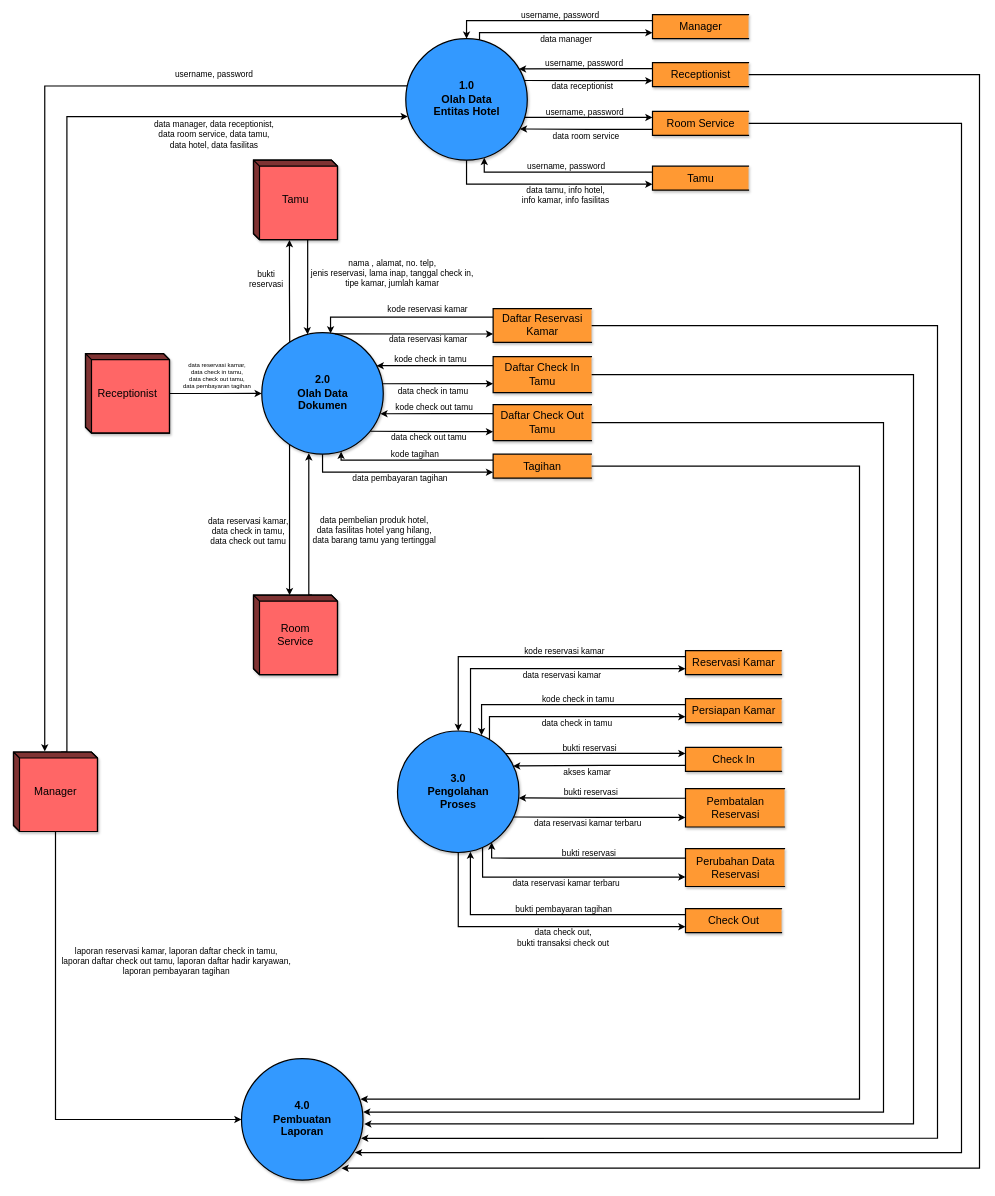
Above: page "DFD LVL 1" (3 of 3) of Sistem Pemesanan Kamar Hotel - Data Flow Diagram.drawio in trueazp/System-Design-Analysis (draw.io), before the change. Source tidied: cells renumbered, new cells numbered last; positions are measured from the earlier drawing's top-left corner, leaving out a move shared by most shapes. Both pictures are drawn from the tidied source at 60%, with x=0, y=0 at pixel (13, 14).
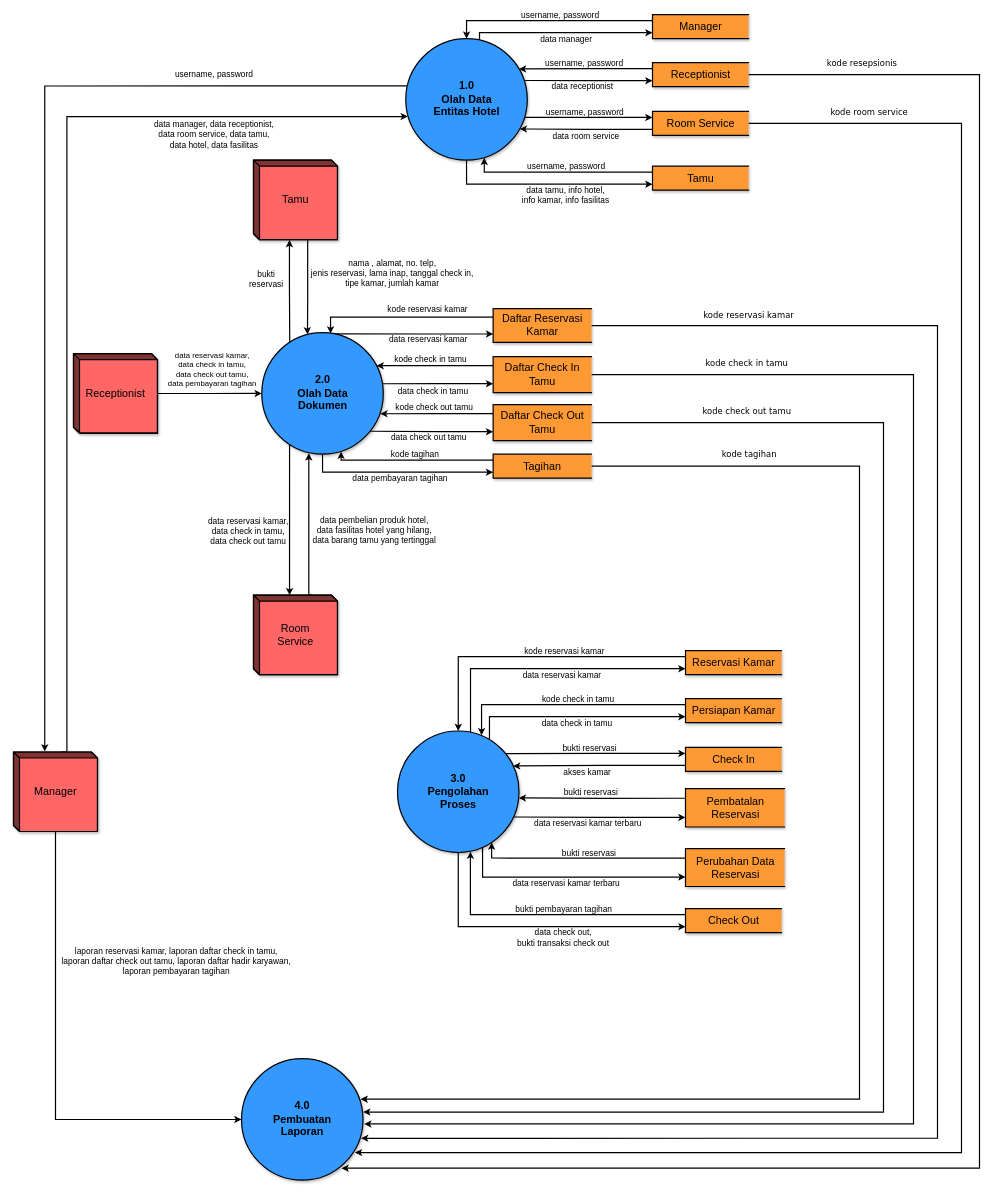
After the change.

The change refers to these unchanged cells:
```xml
<mxCell id="27" style="edgeStyle=orthogonalEdgeStyle;rounded=0;jettySize=auto;html=1;entryX=0.823;entryY=0.901;entryDx=0;entryDy=0;fontFamily=Helvetica;fontSize=10;startArrow=none;startFill=0;endArrow=classic;endFill=1;strokeWidth=2;exitX=1;exitY=0.5;exitDx=0;exitDy=0;entryPerimeter=0;" parent="1" edge="1" source="28" target="12">
  <mxGeometry relative="1" as="geometry">
    <Array as="points">
      <mxPoint x="1610" y="100" />
      <mxPoint x="1610" y="1922" />
    </Array>
  </mxGeometry>
</mxCell>
<mxCell id="33" style="edgeStyle=orthogonalEdgeStyle;rounded=0;jettySize=auto;html=1;entryX=0.933;entryY=0.773;entryDx=0;entryDy=0;fontFamily=Helvetica;fontSize=10;startArrow=none;startFill=0;endArrow=classic;endFill=1;strokeWidth=2;exitX=1;exitY=0.5;exitDx=0;exitDy=0;entryPerimeter=0;" parent="1" edge="1" source="34" target="12">
  <mxGeometry relative="1" as="geometry">
    <Array as="points">
      <mxPoint x="1580" y="181" />
      <mxPoint x="1580" y="1896" />
    </Array>
  </mxGeometry>
</mxCell>
<mxCell id="37" style="edgeStyle=orthogonalEdgeStyle;rounded=0;jettySize=auto;html=1;entryX=0.98;entryY=0.333;entryDx=0;entryDy=0;fontFamily=Helvetica;fontSize=10;startArrow=none;startFill=0;endArrow=classic;endFill=1;strokeWidth=2;exitX=1;exitY=0.5;exitDx=0;exitDy=0;entryPerimeter=0;" parent="1" edge="1" source="38" target="12">
  <mxGeometry relative="1" as="geometry">
    <Array as="points">
      <mxPoint x="1410" y="752" />
      <mxPoint x="1410" y="1807" />
    </Array>
  </mxGeometry>
</mxCell>
<mxCell id="43" style="edgeStyle=orthogonalEdgeStyle;rounded=0;jettySize=auto;html=1;entryX=0.984;entryY=0.655;entryDx=0;entryDy=0;fontFamily=Helvetica;fontSize=10;startArrow=none;startFill=0;endArrow=classic;endFill=1;strokeWidth=2;exitX=1;exitY=0.5;exitDx=0;exitDy=0;entryPerimeter=0;" parent="1" edge="1" source="44" target="12">
  <mxGeometry relative="1" as="geometry">
    <Array as="points">
      <mxPoint x="1540" y="518" />
      <mxPoint x="1540" y="1873" />
    </Array>
  </mxGeometry>
</mxCell>
<mxCell id="49" style="edgeStyle=orthogonalEdgeStyle;rounded=0;jettySize=auto;html=1;entryX=1.01;entryY=0.537;entryDx=0;entryDy=0;fontFamily=Helvetica;fontSize=10;startArrow=none;startFill=0;endArrow=classic;endFill=1;strokeWidth=2;exitX=1;exitY=0.5;exitDx=0;exitDy=0;entryPerimeter=0;" parent="1" edge="1" source="50" target="12">
  <mxGeometry relative="1" as="geometry">
    <Array as="points">
      <mxPoint x="1500" y="600" />
      <mxPoint x="1500" y="1849" />
    </Array>
  </mxGeometry>
</mxCell>
<mxCell id="55" style="edgeStyle=orthogonalEdgeStyle;rounded=0;jettySize=auto;html=1;entryX=1.001;entryY=0.439;entryDx=0;entryDy=0;entryPerimeter=0;fontFamily=Helvetica;fontSize=10;startArrow=none;startFill=0;endArrow=classic;endFill=1;strokeWidth=2;exitX=1;exitY=0.5;exitDx=0;exitDy=0;" parent="1" edge="1" source="56" target="12">
  <mxGeometry relative="1" as="geometry">
    <Array as="points">
      <mxPoint x="1450" y="680" />
      <mxPoint x="1450" y="1829" />
    </Array>
  </mxGeometry>
</mxCell>
<mxCell id="62" style="edgeStyle=orthogonalEdgeStyle;rounded=0;jettySize=auto;html=1;entryX=0;entryY=0.5;entryDx=0;entryDy=0;fontFamily=Helvetica;fontSize=10;startArrow=none;startFill=0;endArrow=classic;endFill=1;strokeWidth=2;" parent="1" edge="1" source="64" target="9">
  <mxGeometry relative="1" as="geometry" />
</mxCell>
```

Diff of the diagram source:
```diff
@@
+    <mxCell id="102" value="kode resepsionis" style="edgeLabel;html=1;align=center;verticalAlign=middle;fontSize=14;fontFamily=Verdana;" parent="27" vertex="1">
+      <mxGeometry x="-0.87" y="2" relative="1" as="geometry">
+        <mxPoint x="-25" y="-18" as="offset" />
+      </mxGeometry>
+    </mxCell>
@@
+    <mxCell id="103" value="kode room service" style="edgeLabel;html=1;align=center;verticalAlign=middle;fontSize=14;fontFamily=Verdana;" parent="33" vertex="1">
+      <mxGeometry x="-0.87" y="-4" relative="1" as="geometry">
+        <mxPoint y="-24" as="offset" />
+      </mxGeometry>
+    </mxCell>
@@
+    <mxCell id="104" value="kode tagihan" style="edgeLabel;html=1;align=center;verticalAlign=middle;fontSize=14;fontFamily=Verdana;" parent="37" vertex="1">
+      <mxGeometry x="-0.78" y="-3" relative="1" as="geometry">
+        <mxPoint x="5" y="-23" as="offset" />
+      </mxGeometry>
+    </mxCell>
@@
+    <mxCell id="105" value="kode reservasi kamar" style="edgeLabel;html=1;align=center;verticalAlign=middle;fontSize=14;fontFamily=Verdana;" parent="43" vertex="1">
+      <mxGeometry x="-0.82" y="5" relative="1" as="geometry">
+        <mxPoint x="1" y="-13" as="offset" />
+      </mxGeometry>
+    </mxCell>
@@
+    <mxCell id="106" value="kode check in tamu" style="edgeLabel;html=1;align=center;verticalAlign=middle;fontSize=14;fontFamily=Verdana;" parent="49" vertex="1">
+      <mxGeometry x="-0.82" y="-4" relative="1" as="geometry">
+        <mxPoint x="15" y="-24" as="offset" />
+      </mxGeometry>
+    </mxCell>
@@
+    <mxCell id="107" value="kode check out tamu" style="edgeLabel;html=1;align=center;verticalAlign=middle;fontSize=14;fontFamily=Verdana;" parent="55" vertex="1">
+      <mxGeometry x="-0.79" y="-1" relative="1" as="geometry">
+        <mxPoint x="-5" y="-21" as="offset" />
+      </mxGeometry>
+    </mxCell>
@@
-    <mxCell id="63" value="data reservasi kamar, &lt;br&gt;data check in tamu, &lt;br&gt;data check out tamu, &lt;br&gt;data pembayaran tagihan" style="edgeLabel;html=1;align=center;verticalAlign=middle;fontSize=10;fontFamily=Helvetica;labelBackgroundColor=none;" parent="62" vertex="1">
+    <mxCell id="63" value="data reservasi kamar, &lt;br style=&quot;font-size: 13px;&quot;&gt;data check in tamu, &lt;br style=&quot;font-size: 13px;&quot;&gt;data check out tamu, &lt;br style=&quot;font-size: 13px;&quot;&gt;data pembayaran tagihan" style="edgeLabel;html=1;align=center;verticalAlign=middle;fontSize=13;fontFamily=Helvetica;labelBackgroundColor=none;" parent="62" vertex="1">
       <mxGeometry x="-0.17" y="-2" relative="1" as="geometry">
-        <mxPoint x="14" y="-33" as="offset" />
+        <mxPoint x="18" y="-43" as="offset" />
       </mxGeometry>
     </mxCell>
     <mxCell id="64" value="Receptionist" style="html=1;dashed=0;whitespace=wrap;shape=mxgraph.dfd.externalEntity;shadow=1;labelBackgroundColor=none;fontFamily=Helvetica;fontSize=18;strokeWidth=2;fillColor=#FF6666;align=center;whiteSpace=wrap;" parent="1" vertex="1">
-      <mxGeometry x="120" y="565" width="140" height="132.5" as="geometry" />
+      <mxGeometry x="100" y="565" width="140" height="132.5" as="geometry" />
     </mxCell>
```
